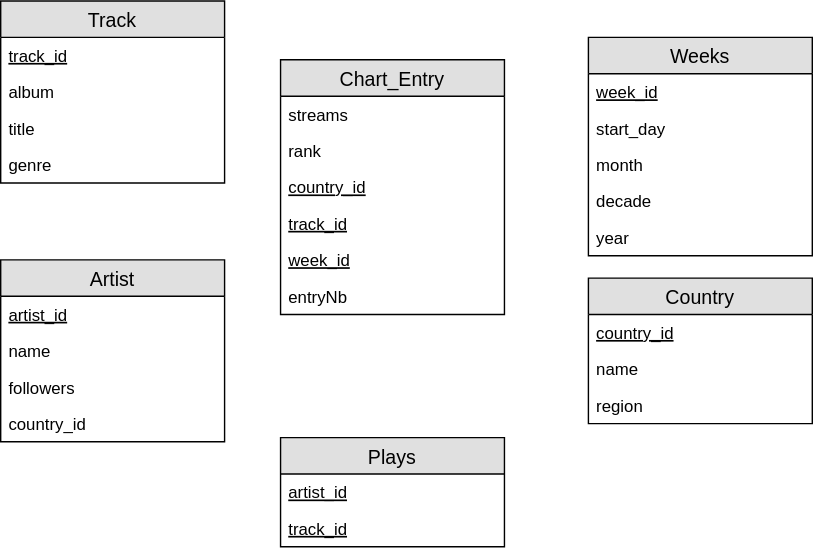
Before: figures/ER1.svg, a diagram exported from draw.io (AlexChanson/DW). Source tidied: cells renumbered, new cells last; positions are measured from the earlier drawing's top-left corner, leaving out a move shared by most shapes.
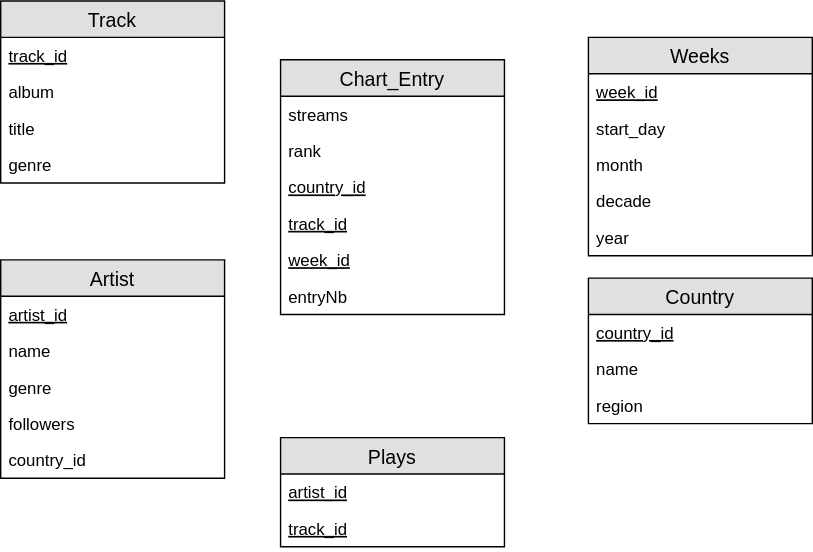
Later version of the same file.

What changed in the source:
```diff
@@ -39,7 +39,7 @@
       <mxGeometry y="104" width="160" height="26" as="geometry" />
     </mxCell>
     <mxCell id="14" value="Artist" style="swimlane;fontStyle=0;horizontal=1;startSize=26;fillColor=#e0e0e0;swimlaneFillColor=#ffffff;align=center;fontSize=14;" parent="1" vertex="1">
-      <mxGeometry y="185" width="160" height="130" as="geometry" />
+      <mxGeometry y="185" width="160" height="156" as="geometry" />
     </mxCell>
     <mxCell id="15" value="artist_id" style="text;strokeColor=none;fillColor=none;spacingLeft=4;spacingRight=4;overflow=hidden;fontSize=12;fontStyle=4;" parent="14" vertex="1">
       <mxGeometry y="26" width="160" height="26" as="geometry" />
@@ -47,11 +47,14 @@
     <mxCell id="16" value="name" style="text;strokeColor=none;fillColor=none;spacingLeft=4;spacingRight=4;overflow=hidden;fontSize=12;" parent="14" vertex="1">
       <mxGeometry y="52" width="160" height="26" as="geometry" />
     </mxCell>
+    <mxCell id="32" value="genre" style="text;strokeColor=none;fillColor=none;spacingLeft=4;spacingRight=4;overflow=hidden;fontSize=12;" parent="14" vertex="1">
+      <mxGeometry y="78" width="160" height="26" as="geometry" />
+    </mxCell>
     <mxCell id="17" value="followers" style="text;strokeColor=none;fillColor=none;spacingLeft=4;spacingRight=4;overflow=hidden;fontSize=12;" parent="14" vertex="1">
-      <mxGeometry y="78" width="160" height="26" as="geometry" />
+      <mxGeometry y="104" width="160" height="26" as="geometry" />
     </mxCell>
     <mxCell id="18" value="country_id" style="text;strokeColor=none;fillColor=none;spacingLeft=4;spacingRight=4;overflow=hidden;fontSize=12;" parent="14" vertex="1">
-      <mxGeometry y="104" width="160" height="26" as="geometry" />
+      <mxGeometry y="130" width="160" height="26" as="geometry" />
     </mxCell>
     <mxCell id="19" value="Country" style="swimlane;fontStyle=0;horizontal=1;startSize=26;fillColor=#e0e0e0;swimlaneFillColor=#ffffff;align=center;fontSize=14;" parent="1" vertex="1">
       <mxGeometry x="420" y="198" width="160" height="104" as="geometry" />
```
